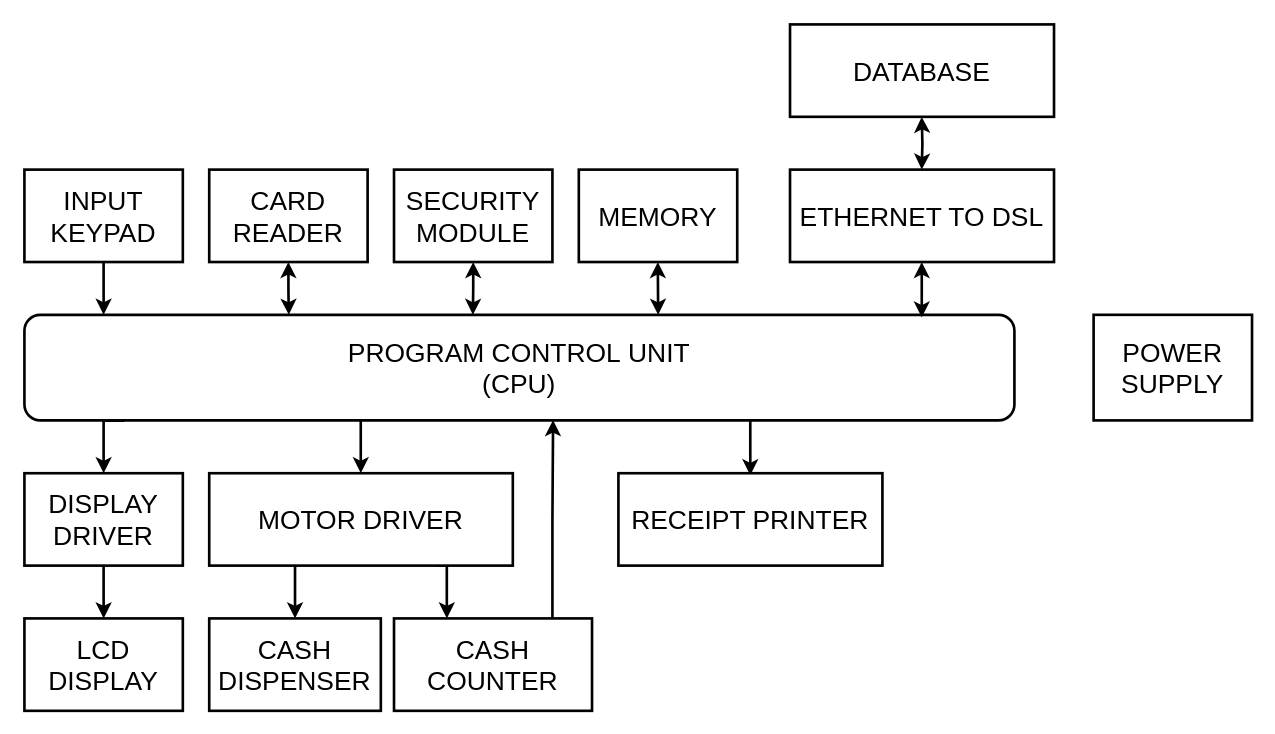
Above: RESOURCES/Diagram/ATM.drawio in peteskylight/THESIS_MAIN (draw.io), before the change. Source tidied: cells renumbered, new cells numbered last; positions are measured from the earlier drawing's top-left corner, leaving out a move shared by most shapes. Both pictures are drawn from the tidied source at 132%, with x=0, y=0 at pixel (24, 24).
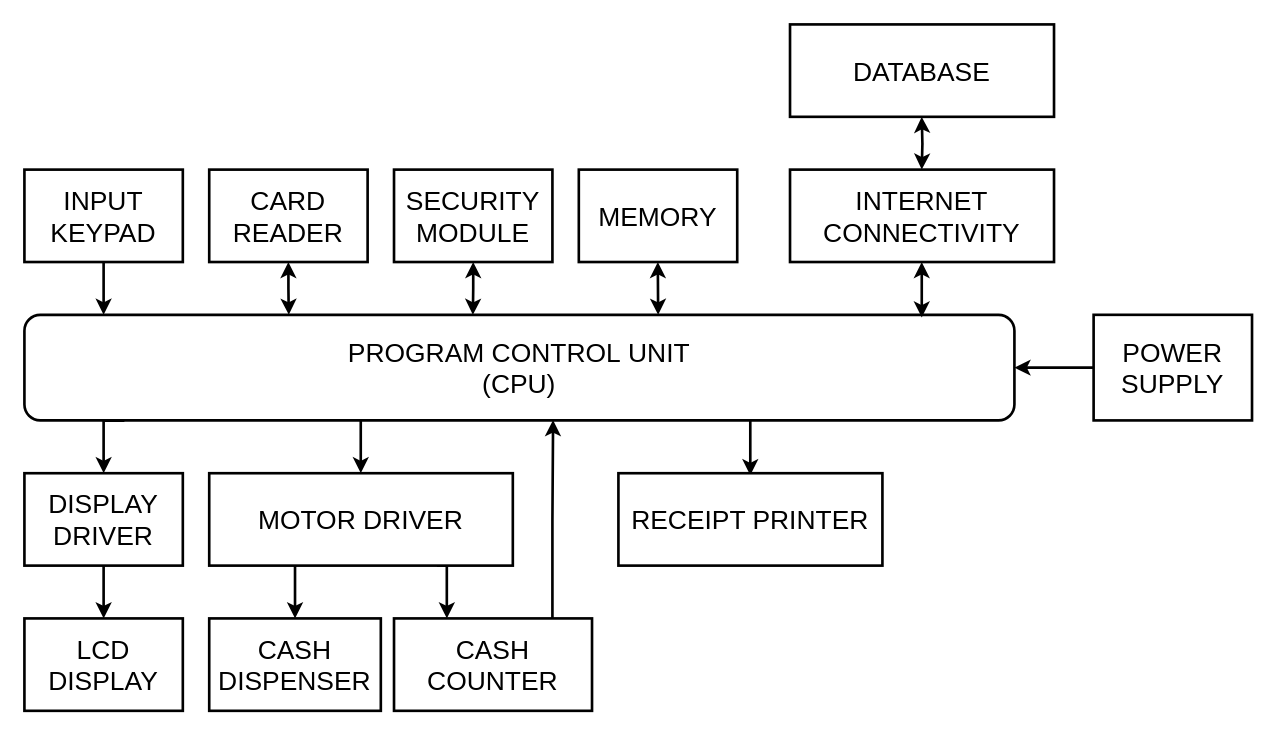
The same diagram, later.

The change refers to these unchanged cells:
```xml
<mxCell id="2" value="PROGRAM&amp;nbsp;&lt;span style=&quot;background-color: initial;&quot;&gt;CONTROL&amp;nbsp;&lt;/span&gt;&lt;span style=&quot;background-color: initial;&quot;&gt;UNIT&lt;/span&gt;&lt;div&gt;&lt;span style=&quot;background-color: initial;&quot;&gt;(CPU)&lt;/span&gt;&lt;/div&gt;" style="rounded=1;whiteSpace=wrap;html=1;fontSize=20;strokeWidth=2;" parent="1" vertex="1">
  <mxGeometry y="220" width="750" height="80" as="geometry" />
</mxCell>
<mxCell id="20" value="POWER SUPPLY" style="rounded=0;whiteSpace=wrap;html=1;strokeWidth=2;fontSize=20;" parent="1" vertex="1">
  <mxGeometry x="810" y="220" width="120" height="80" as="geometry" />
</mxCell>
```

Diff of the diagram source:
```diff
@@
+    <mxCell id="29" style="edgeStyle=orthogonalEdgeStyle;rounded=0;jettySize=auto;html=1;strokeWidth=2;" parent="1" edge="1" source="20" target="2">
+      <mxGeometry relative="1" as="geometry" />
+    </mxCell>
@@
-    <mxCell id="25" value="&lt;div&gt;ETHERNET TO DSL&lt;/div&gt;" style="rounded=0;whiteSpace=wrap;html=1;strokeWidth=2;fontSize=20;" parent="1" vertex="1">
+    <mxCell id="25" value="&lt;div&gt;INTERNET CONNECTIVITY&lt;/div&gt;" style="rounded=0;whiteSpace=wrap;html=1;strokeWidth=2;fontSize=20;" parent="1" vertex="1">
       <mxGeometry x="580" y="110" width="200" height="70" as="geometry" />
     </mxCell>
```
